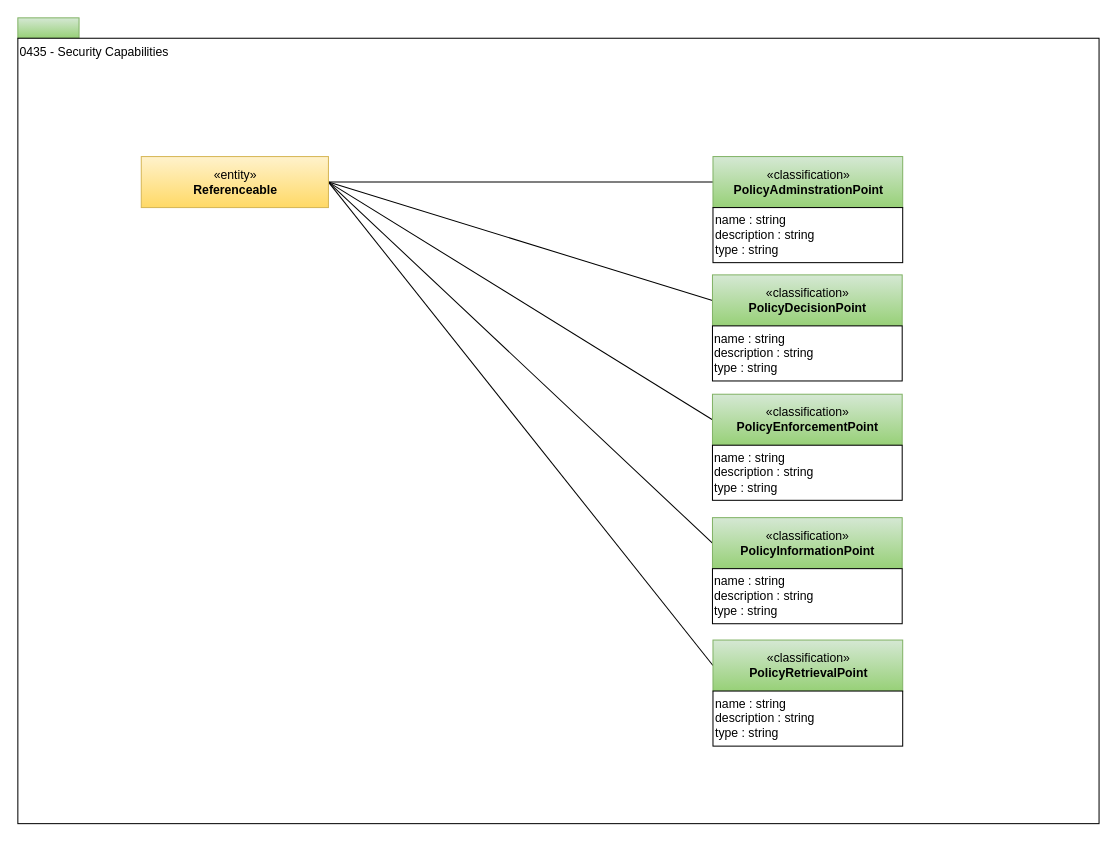
Before: page "0435-Policy-Management-Capabilities" (13 of 24) of open-metadata-publication/website/open-metadata-types/area-4-governance.drawio in planetf1/egeria, a draw.io diagram. Source tidied: cells renumbered, new cells numbered last; positions are measured from the earlier drawing's top-left corner, leaving out a move shared by most shapes. Both pictures are drawn from the tidied source at 102%, with x=0, y=0 at pixel (17, 17).
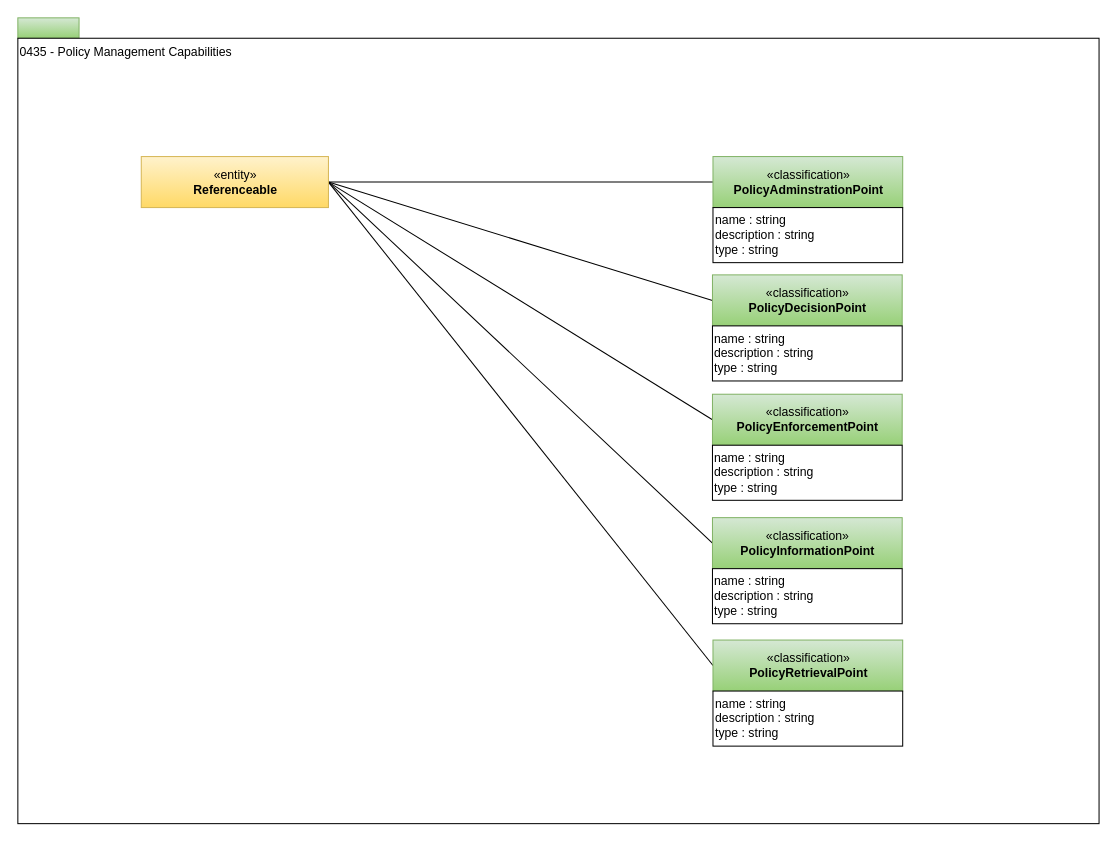
The same page after the edit.

Change to the diagram source:
```diff
@@
 <mxGraphModel>
   <root>
     <mxCell id="0" />
     <mxCell id="1" parent="0" />
     <mxCell id="2" style="rounded=0;whiteSpace=wrap;html=1;align=left;fillColor=#d5e8d4;strokeColor=#82b366;gradientColor=#97d077;" parent="1" vertex="1">
       <mxGeometry width="60" height="20" as="geometry" />
     </mxCell>
-    <mxCell id="3" value="0435 - Security Capabilities" style="rounded=0;whiteSpace=wrap;html=1;align=left;verticalAlign=top;" parent="1" vertex="1">
+    <mxCell id="3" value="0435 - Policy Management Capabilities" style="rounded=0;whiteSpace=wrap;html=1;align=left;verticalAlign=top;" parent="1" vertex="1">
       <mxGeometry y="20" width="1060" height="770" as="geometry" />
     </mxCell>
     <mxCell id="4" style="edgeStyle=orthogonalEdgeStyle;rounded=0;html=1;exitX=1;exitY=0.5;entryX=0;entryY=0.5;jettySize=auto;endArrow=none;endFill=0;" parent="1" edge="1" source="19" target="5">
       <mxGeometry relative="1" as="geometry" />
     </mxCell>
     <mxCell id="5" value="«classification»&lt;br&gt;&lt;b&gt;PolicyAdminstrationPoint&lt;/b&gt;" style="html=1;strokeColor=#82b366;align=center;fillColor=#d5e8d4;gradientColor=#97d077;" parent="1" vertex="1">
       <mxGeometry x="681.5" y="136" width="186" height="50" as="geometry" />
     </mxCell>
     <mxCell id="6" value="name : string&lt;br&gt;description : string&lt;br&gt;type : string" style="rounded=0;whiteSpace=wrap;html=1;strokeColor=#000000;gradientColor=#ffffff;align=left;" parent="1" vertex="1">
       <mxGeometry x="681.5" y="186" width="186" height="54" as="geometry" />
     </mxCell>
     <mxCell id="7" style="rounded=0;html=1;entryX=0;entryY=0.5;jettySize=auto;endArrow=none;endFill=0;exitX=1;exitY=0.5;exitDx=0;exitDy=0;" parent="1" edge="1" source="19" target="8">
       <mxGeometry relative="1" as="geometry" />
     </mxCell>
     <mxCell id="8" value="«classification»&lt;br&gt;&lt;b&gt;PolicyDecisionPoint&lt;/b&gt;" style="html=1;strokeColor=#82b366;align=center;fillColor=#d5e8d4;gradientColor=#97d077;" parent="1" vertex="1">
       <mxGeometry x="681" y="252" width="186" height="50" as="geometry" />
     </mxCell>
     <mxCell id="9" value="name : string&lt;br&gt;description : string&lt;br&gt;type : string" style="rounded=0;whiteSpace=wrap;html=1;strokeColor=#000000;gradientColor=#ffffff;align=left;" parent="1" vertex="1">
       <mxGeometry x="681" y="302" width="186" height="54" as="geometry" />
     </mxCell>
     <mxCell id="10" style="rounded=0;html=1;exitX=1;exitY=0.5;entryX=0;entryY=0.5;jettySize=auto;endArrow=none;endFill=0;exitDx=0;exitDy=0;" parent="1" edge="1" source="19" target="11">
       <mxGeometry relative="1" as="geometry" />
     </mxCell>
     <mxCell id="11" value="«classification»&lt;br&gt;&lt;b&gt;PolicyEnforcementPoint&lt;/b&gt;" style="html=1;strokeColor=#82b366;align=center;fillColor=#d5e8d4;gradientColor=#97d077;" parent="1" vertex="1">
       <mxGeometry x="681" y="369" width="186" height="50" as="geometry" />
     </mxCell>
     <mxCell id="12" value="name : string&lt;br&gt;description : string&lt;br&gt;type : string" style="rounded=0;whiteSpace=wrap;html=1;strokeColor=#000000;gradientColor=#ffffff;align=left;" parent="1" vertex="1">
       <mxGeometry x="681" y="419" width="186" height="54" as="geometry" />
     </mxCell>
     <mxCell id="13" style="rounded=0;html=1;exitX=1;exitY=0.5;entryX=0;entryY=0.5;jettySize=auto;endArrow=none;endFill=0;exitDx=0;exitDy=0;" parent="1" edge="1" source="19" target="14">
       <mxGeometry relative="1" as="geometry" />
     </mxCell>
     <mxCell id="14" value="«classification»&lt;br&gt;&lt;b&gt;PolicyInformationPoint&lt;/b&gt;" style="html=1;strokeColor=#82b366;align=center;fillColor=#d5e8d4;gradientColor=#97d077;" parent="1" vertex="1">
       <mxGeometry x="681" y="490" width="186" height="50" as="geometry" />
     </mxCell>
     <mxCell id="15" value="name : string&lt;br&gt;description : string&lt;br&gt;type : string" style="rounded=0;whiteSpace=wrap;html=1;strokeColor=#000000;gradientColor=#ffffff;align=left;" parent="1" vertex="1">
       <mxGeometry x="681" y="540" width="186" height="54" as="geometry" />
     </mxCell>
     <mxCell id="16" style="rounded=0;html=1;entryX=0;entryY=0.5;jettySize=auto;endArrow=none;endFill=0;exitX=1;exitY=0.5;exitDx=0;exitDy=0;" parent="1" edge="1" source="19" target="17">
       <mxGeometry relative="1" as="geometry" />
     </mxCell>
     <mxCell id="17" value="«classification»&lt;br&gt;&lt;b&gt;PolicyRetrievalPoint&lt;/b&gt;" style="html=1;strokeColor=#82b366;align=center;fillColor=#d5e8d4;gradientColor=#97d077;" parent="1" vertex="1">
       <mxGeometry x="681.5" y="610" width="186" height="50" as="geometry" />
     </mxCell>
     <mxCell id="18" value="name : string&lt;br&gt;description : string&lt;br&gt;type : string" style="rounded=0;whiteSpace=wrap;html=1;strokeColor=#000000;gradientColor=#ffffff;align=left;" parent="1" vertex="1">
       <mxGeometry x="681.5" y="660" width="186" height="54" as="geometry" />
     </mxCell>
     <mxCell id="19" value="«entity»&lt;br&gt;&lt;b&gt;Referenceable&lt;/b&gt;" style="html=1;strokeColor=#d6b656;align=center;fillColor=#fff2cc;gradientColor=#ffd966;" parent="1" vertex="1">
       <mxGeometry x="121" y="136" width="183.5" height="50" as="geometry" />
     </mxCell>
   </root>
 </mxGraphModel>
```
